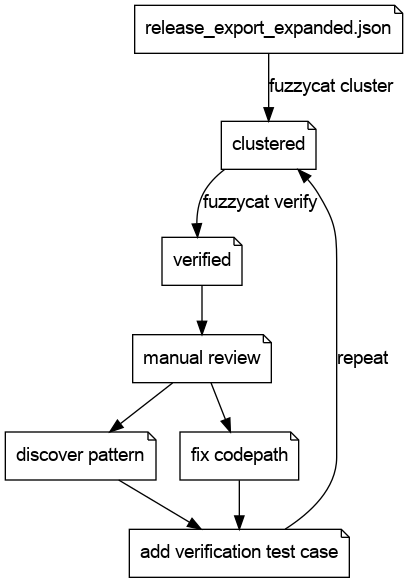
Above: notes/steps.png in miku/fuzzycat (Graphviz), before the change. Its source is kept beside it as notes/steps.dot. Its diagram source:
```dot
digraph steps {
    node [shape=note, fontname="helvetica"];
    graph [fontname = "helvetica"];
    edge [fontname = "helvetica"];

    "release_export_expanded.json" -> "clustered" [label="fuzzycat cluster"];
    "clustered" -> "verified" [label="fuzzycat verify"];
    "verified" -> "manual review";
    "manual review" -> "discover pattern";
    "manual review" -> "fix codepath";
    "fix codepath" -> "add verification test case";
    "discover pattern" -> "add verification test case";
    "add verification test case" -> "clustered" [label="repeat"];
}
```
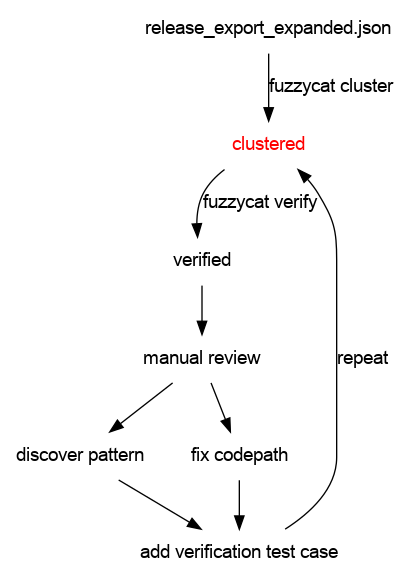
After the change.

Diff of the diagram source:
```diff
@@ -1,5 +1,5 @@
 digraph steps {
-    node [shape=note, fontname="helvetica"];
+    node [shape=plaintext, fontname="helvetica"];
     graph [fontname = "helvetica"];
     edge [fontname = "helvetica"];
 
```
